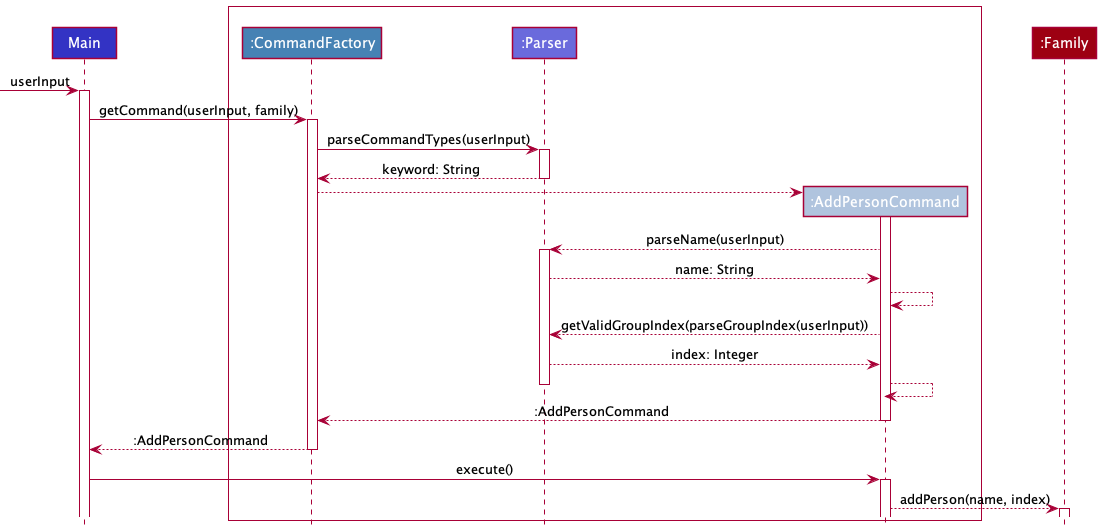
Above: docs/images/AddPersonCommandSequence3.png in nus-cs2113-AY2122S2/tp (PlantUML), before the change.
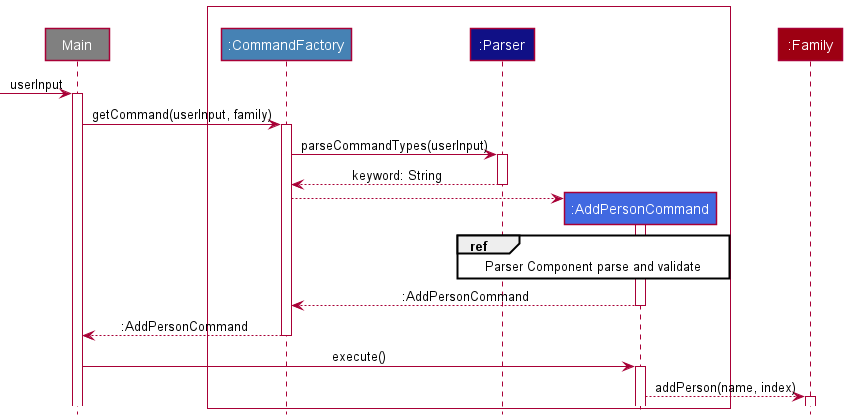
Above is the later version.

Change to the diagram source:
```diff
@@ -2,12 +2,12 @@
 !include style.puml
 
 
-participant Main LOGIC_COLOR_T1
+participant Main #grey
 
 Box " "#WHITE
     participant ":CommandFactory" as CommandFactory COMMAND_COLOR
-    participant ":Parser" as Parser LOGIC_COLOR_T2
-    participant ":AddPersonCommand" as AddPersonCommand COMMAND_COLOR_T2
+    participant ":Parser" as Parser LOGIC_COLOR
+    participant ":AddPersonCommand" as AddPersonCommand COMMAND_COLOR_T1
 end Box
 
 participant ":Family" as Family MODEL_COLOR
@@ -23,14 +23,9 @@
 create AddPersonCommand
 CommandFactory --> AddPersonCommand
 activate AddPersonCommand
-AddPersonCommand --> Parser: parseName(userInput)
-activate Parser
-Parser --> AddPersonCommand: name: String
-AddPersonCommand --> AddPersonCommand
-AddPersonCommand --> Parser: getValidGroupIndex(parseGroupIndex(userInput))
-Parser --> AddPersonCommand: index: Integer
-AddPersonCommand --> AddPersonCommand
-deactivate Parser
+ref over Parser, AddPersonCommand
+Parser Component parse and validate
+end ref
 AddPersonCommand --> CommandFactory: :AddPersonCommand
 deactivate AddPersonCommand
 CommandFactory --> Main: :AddPersonCommand
```
